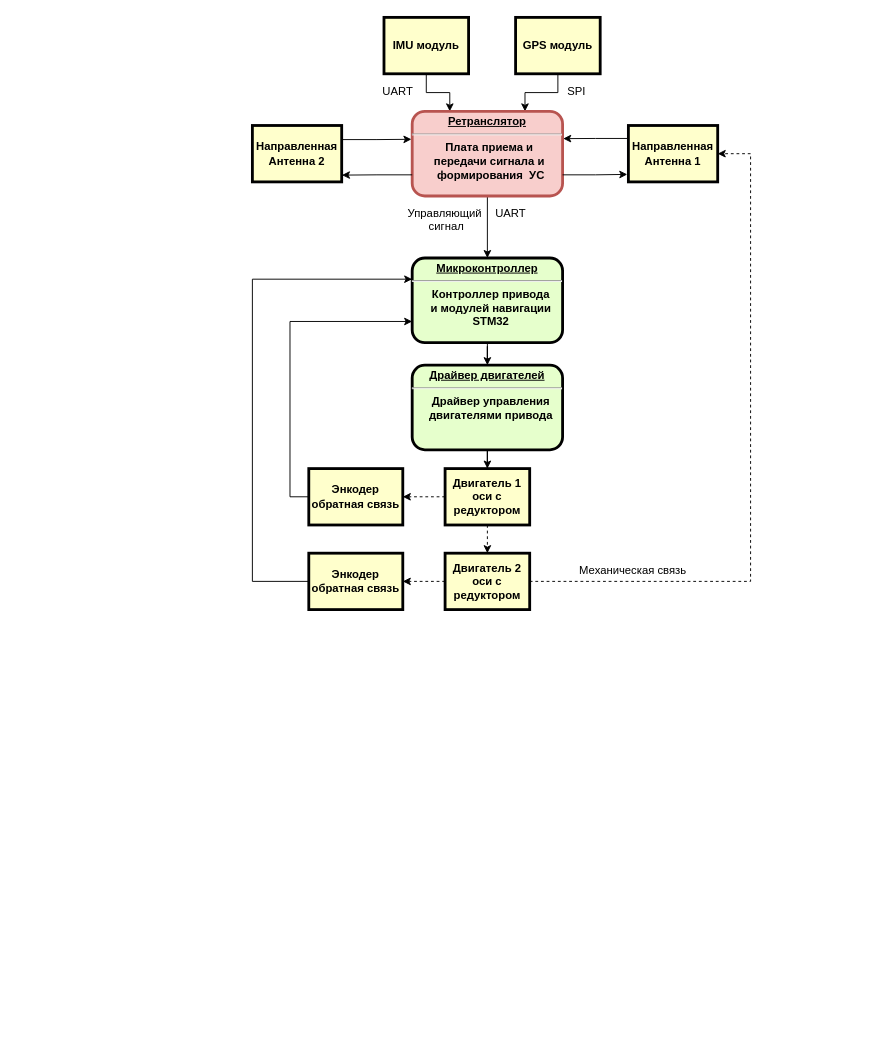
artem-sann/Two_axis_gimbal keeps this draw.io diagram as Функциональные и кинематические схемы и тд/two-axis gimbal.drawio. Above is the earlier version. Source tidied: cells renumbered, new cells numbered last; positions are measured from the earlier drawing's top-left corner, leaving out a move shared by most shapes. Both pictures are drawn from the tidied source at 94%, with x=0, y=0 at pixel (252, 17).
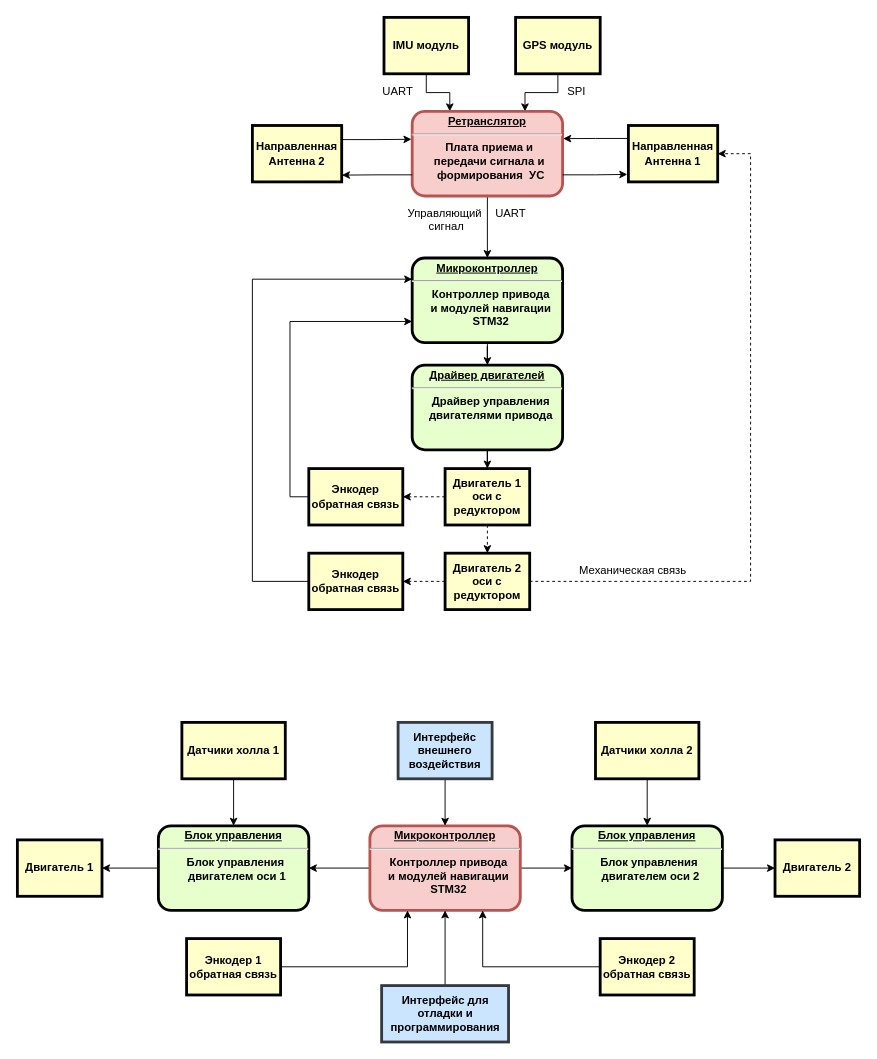
Above is the later version.

What changed in the source:
```diff
@@
+    <mxCell id="33" style="edgeStyle=orthogonalEdgeStyle;rounded=0;jettySize=auto;html=1;" parent="1" edge="1" source="35" target="37">
+      <mxGeometry relative="1" as="geometry" />
+    </mxCell>
+    <mxCell id="34" style="edgeStyle=orthogonalEdgeStyle;rounded=0;jettySize=auto;html=1;" parent="1" edge="1" source="35" target="39">
+      <mxGeometry relative="1" as="geometry" />
+    </mxCell>
+    <mxCell id="35" value="&lt;p style=&quot;margin: 0px; margin-top: 4px; text-align: center; text-decoration: underline;&quot;&gt;&lt;strong&gt;Микроконтроллер&lt;/strong&gt;&lt;/p&gt;&lt;hr&gt;&lt;p style=&quot;margin: 0px; margin-left: 8px;&quot;&gt;Контроллер привода&lt;/p&gt;&lt;p style=&quot;margin: 0px; margin-left: 8px;&quot;&gt;и модулей навигации&lt;br&gt;STM32&lt;/p&gt;" style="verticalAlign=middle;align=center;overflow=fill;fontSize=12;fontFamily=Helvetica;html=1;rounded=1;fontStyle=1;strokeWidth=3;fillColor=#f8cecc;strokeColor=#b85450;" parent="1" vertex="1">
+      <mxGeometry x="125" y="860" width="160" height="90" as="geometry" />
+    </mxCell>
+    <mxCell id="36" style="edgeStyle=orthogonalEdgeStyle;rounded=0;jettySize=auto;html=1;exitX=1;exitY=0.5;exitDx=0;exitDy=0;entryX=0;entryY=0.5;entryDx=0;entryDy=0;" parent="1" edge="1" source="37" target="44">
+      <mxGeometry relative="1" as="geometry" />
+    </mxCell>
+    <mxCell id="37" value="&lt;p style=&quot;margin: 0px; margin-top: 4px; text-align: center; text-decoration: underline;&quot;&gt;Блок управления&lt;/p&gt;&lt;hr&gt;&lt;p style=&quot;margin: 0px; margin-left: 8px;&quot;&gt;Блок управления&amp;nbsp;&lt;/p&gt;&lt;p style=&quot;margin: 0px; margin-left: 8px;&quot;&gt;двигателем оси 2&lt;/p&gt;" style="verticalAlign=middle;align=center;overflow=fill;fontSize=12;fontFamily=Helvetica;html=1;rounded=1;fontStyle=1;strokeWidth=3;fillColor=#E6FFCC;" parent="1" vertex="1">
+      <mxGeometry x="340" y="860" width="160" height="90" as="geometry" />
+    </mxCell>
+    <mxCell id="38" style="edgeStyle=orthogonalEdgeStyle;rounded=0;jettySize=auto;html=1;entryX=1;entryY=0.5;entryDx=0;entryDy=0;" parent="1" edge="1" source="39" target="45">
+      <mxGeometry relative="1" as="geometry" />
+    </mxCell>
+    <mxCell id="39" value="&lt;p style=&quot;margin: 0px; margin-top: 4px; text-align: center; text-decoration: underline;&quot;&gt;Блок управления&lt;/p&gt;&lt;hr&gt;&lt;p style=&quot;margin: 0px; margin-left: 8px;&quot;&gt;Блок управления&amp;nbsp;&lt;/p&gt;&lt;p style=&quot;margin: 0px; margin-left: 8px;&quot;&gt;двигателем оси 1&lt;/p&gt;" style="verticalAlign=middle;align=center;overflow=fill;fontSize=12;fontFamily=Helvetica;html=1;rounded=1;fontStyle=1;strokeWidth=3;fillColor=#E6FFCC;" parent="1" vertex="1">
+      <mxGeometry x="-100" y="860" width="160" height="90" as="geometry" />
+    </mxCell>
+    <mxCell id="40" style="edgeStyle=orthogonalEdgeStyle;rounded=0;jettySize=auto;html=1;entryX=0.25;entryY=1;entryDx=0;entryDy=0;" parent="1" edge="1" source="41" target="35">
+      <mxGeometry relative="1" as="geometry" />
+    </mxCell>
+    <mxCell id="41" value="Энкодер 1 обратная связь" style="whiteSpace=wrap;align=center;verticalAlign=middle;fontStyle=1;strokeWidth=3;fillColor=#FFFFCC;" parent="1" vertex="1">
+      <mxGeometry x="-70" y="980" width="100" height="60" as="geometry" />
+    </mxCell>
+    <mxCell id="42" style="edgeStyle=orthogonalEdgeStyle;rounded=0;jettySize=auto;html=1;entryX=0.75;entryY=1;entryDx=0;entryDy=0;" parent="1" edge="1" source="43" target="35">
+      <mxGeometry relative="1" as="geometry" />
+    </mxCell>
+    <mxCell id="43" value="Энкодер 2 обратная связь" style="whiteSpace=wrap;align=center;verticalAlign=middle;fontStyle=1;strokeWidth=3;fillColor=#FFFFCC;" parent="1" vertex="1">
+      <mxGeometry x="370" y="980" width="100" height="60" as="geometry" />
+    </mxCell>
+    <mxCell id="44" value="Двигатель 2" style="whiteSpace=wrap;align=center;verticalAlign=middle;fontStyle=1;strokeWidth=3;fillColor=#FFFFCC;" parent="1" vertex="1">
+      <mxGeometry x="556" y="875" width="90" height="60" as="geometry" />
+    </mxCell>
+    <mxCell id="45" value="Двигатель 1" style="whiteSpace=wrap;align=center;verticalAlign=middle;fontStyle=1;strokeWidth=3;fillColor=#FFFFCC;" parent="1" vertex="1">
+      <mxGeometry x="-250" y="875" width="90" height="60" as="geometry" />
+    </mxCell>
+    <mxCell id="46" style="edgeStyle=orthogonalEdgeStyle;rounded=0;jettySize=auto;html=1;entryX=0.5;entryY=0;entryDx=0;entryDy=0;" parent="1" edge="1" source="47" target="39">
+      <mxGeometry relative="1" as="geometry" />
+    </mxCell>
+    <mxCell id="47" value="Датчики холла 1" style="whiteSpace=wrap;align=center;verticalAlign=middle;fontStyle=1;strokeWidth=3;fillColor=#FFFFCC;" parent="1" vertex="1">
+      <mxGeometry x="-75" y="750" width="110" height="60" as="geometry" />
+    </mxCell>
+    <mxCell id="48" style="edgeStyle=orthogonalEdgeStyle;rounded=0;jettySize=auto;html=1;" parent="1" edge="1" source="49" target="37">
+      <mxGeometry relative="1" as="geometry" />
+    </mxCell>
+    <mxCell id="49" value="Датчики холла 2" style="whiteSpace=wrap;align=center;verticalAlign=middle;fontStyle=1;strokeWidth=3;fillColor=#FFFFCC;" parent="1" vertex="1">
+      <mxGeometry x="365" y="750" width="110" height="60" as="geometry" />
+    </mxCell>
+    <mxCell id="50" style="edgeStyle=orthogonalEdgeStyle;rounded=0;jettySize=auto;html=1;" parent="1" edge="1" source="51" target="35">
+      <mxGeometry relative="1" as="geometry" />
+    </mxCell>
+    <mxCell id="51" value="Интерфейс внешнего воздействия" style="whiteSpace=wrap;align=center;verticalAlign=middle;fontStyle=1;strokeWidth=3;fillColor=#cce5ff;strokeColor=#36393d;" parent="1" vertex="1">
+      <mxGeometry x="155" y="750" width="100" height="60" as="geometry" />
+    </mxCell>
+    <mxCell id="52" style="edgeStyle=orthogonalEdgeStyle;rounded=0;jettySize=auto;html=1;" parent="1" edge="1" source="53" target="35">
+      <mxGeometry relative="1" as="geometry" />
+    </mxCell>
+    <mxCell id="53" value="Интерфейс для отладки и программирования" style="whiteSpace=wrap;align=center;verticalAlign=middle;fontStyle=1;strokeWidth=3;fillColor=#cce5ff;strokeColor=#36393d;" parent="1" vertex="1">
+      <mxGeometry x="137.5" y="1030" width="135" height="60" as="geometry" />
+    </mxCell>
```
